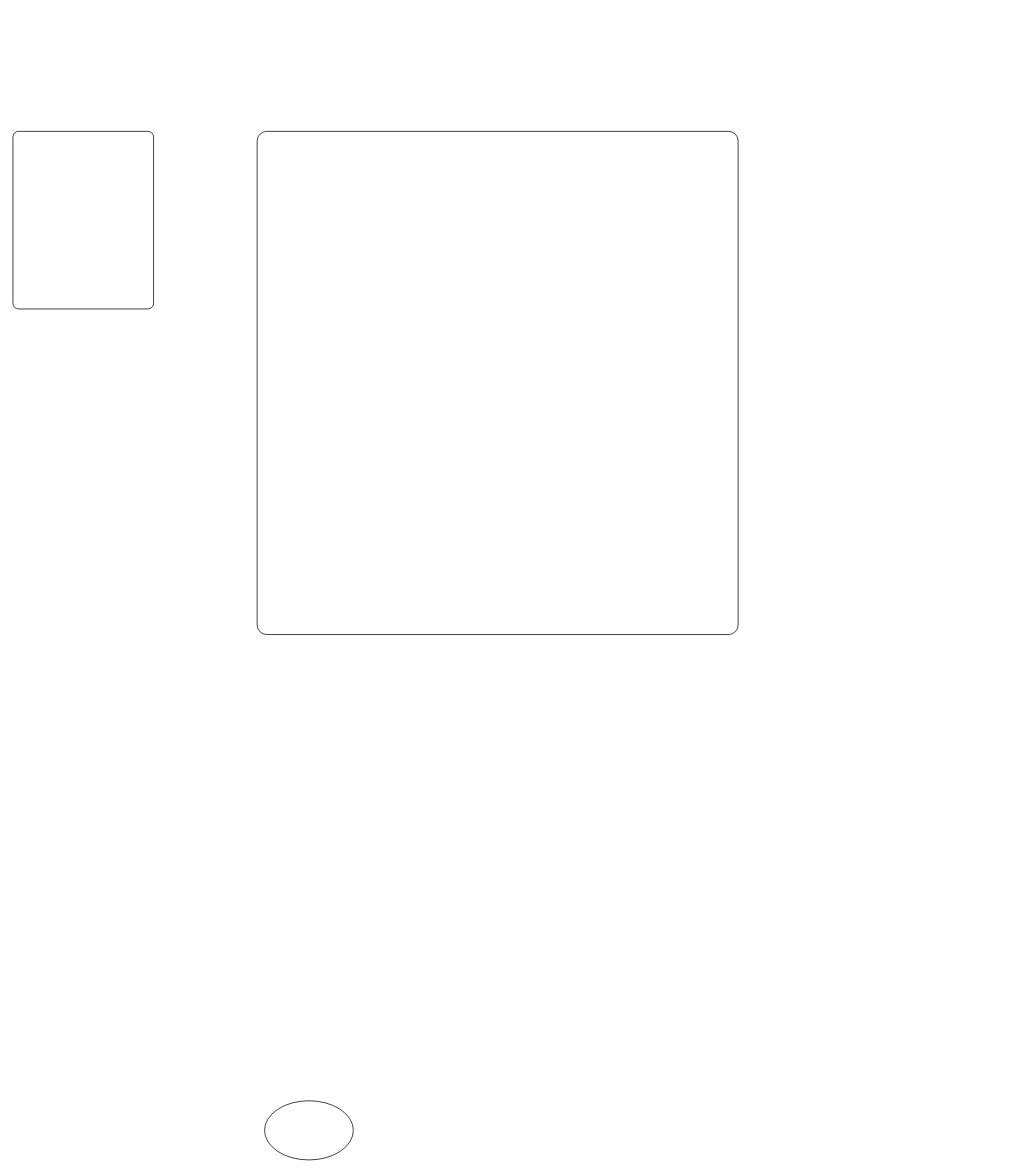
Above: fragment-graph/页面设计器相关的零碎框框.drawio in liwangpu/leon-document-notes (draw.io), before the change. Source tidied: cells renumbered, new cells numbered last; positions are measured from the earlier drawing's top-left corner, leaving out a move shared by most shapes. Both pictures are drawn from the tidied source at 74%, with x=0, y=0 at pixel (13, 131).
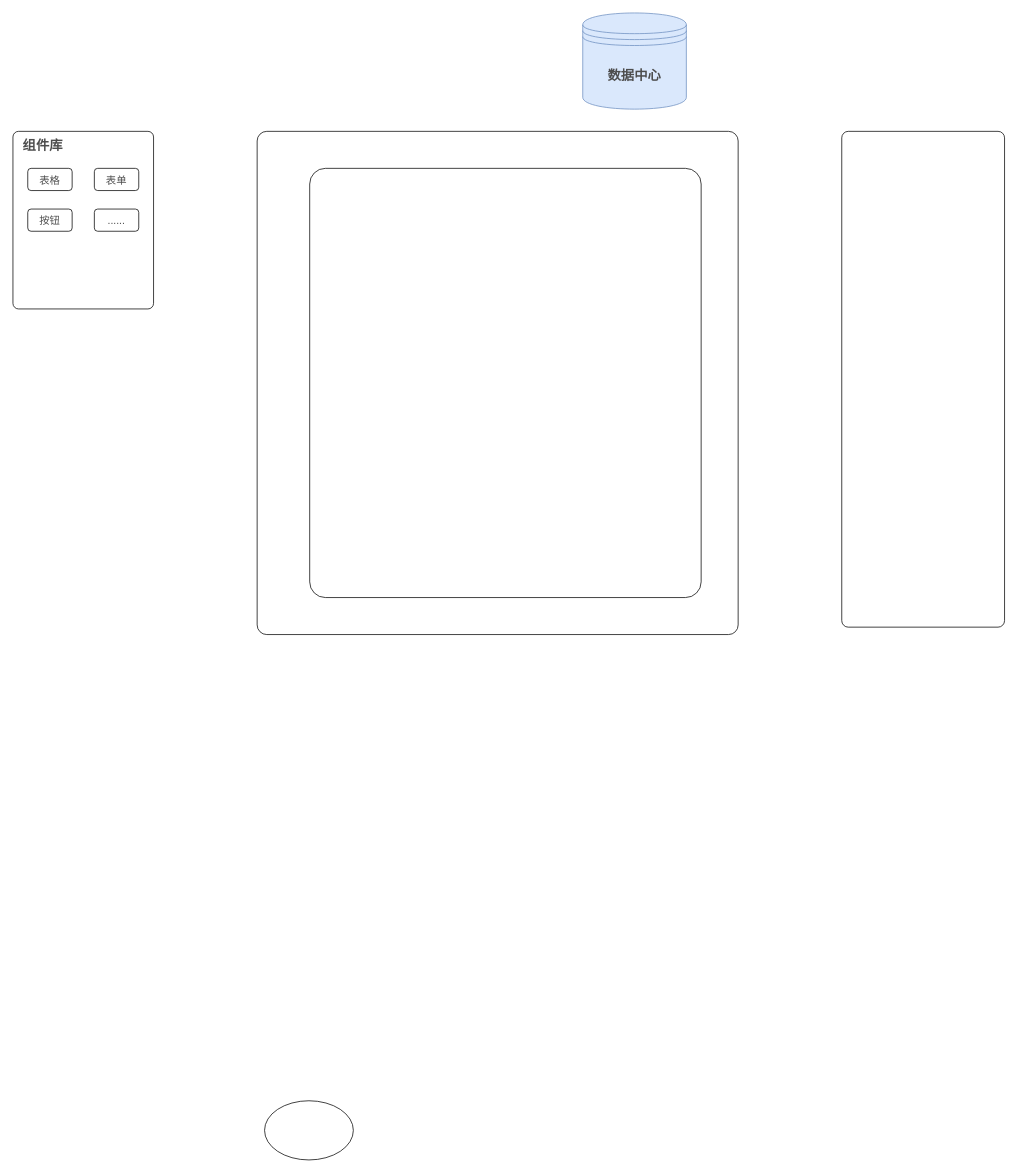
The same diagram, later.

Commit message (it also covers changes not shown here):
更新页面设计器相关的零碎框框.drawio

What changed in the source:
```diff
@@
 <mxGraphModel>
   <root>
     <mxCell id="0" />
     <mxCell id="1" parent="0" />
     <mxCell id="2" style="rounded=1;whiteSpace=wrap;html=1;arcSize=4;" parent="1" vertex="1">
       <mxGeometry width="190" height="240" as="geometry" />
     </mxCell>
     <mxCell id="3" style="rounded=1;whiteSpace=wrap;html=1;arcSize=2;" parent="1" vertex="1">
       <mxGeometry x="330" width="650" height="680" as="geometry" />
     </mxCell>
     <mxCell id="4" style="ellipse;whiteSpace=wrap;html=1;rounded=1;" parent="1" vertex="1">
       <mxGeometry x="340" y="1310" width="120" height="80" as="geometry" />
     </mxCell>
+    <mxCell id="5" style="rounded=1;whiteSpace=wrap;html=1;arcSize=4;" parent="1" vertex="1">
+      <mxGeometry x="1120" width="220" height="670" as="geometry" />
+    </mxCell>
+    <mxCell id="6" value="&lt;font color=&quot;#4d4d4d&quot; style=&quot;font-size: 18px;&quot;&gt;&lt;b&gt;数据中心&lt;/b&gt;&lt;/font&gt;" style="shape=datastore;whiteSpace=wrap;html=1;rounded=1;fillColor=#dae8fc;strokeColor=#6c8ebf;" parent="1" vertex="1">
+      <mxGeometry x="770" y="-160" width="140" height="130" as="geometry" />
+    </mxCell>
+    <mxCell id="7" value="&lt;b&gt;组件库&lt;/b&gt;" style="text;html=1;align=center;verticalAlign=middle;fillColor=none;strokeColor=none;rounded=0;fontSize=18;fontColor=#4D4D4D;" parent="1" vertex="1">
+      <mxGeometry width="80" height="40" as="geometry" />
+    </mxCell>
+    <mxCell id="8" value="&lt;font style=&quot;font-size: 14px;&quot;&gt;表格&lt;/font&gt;" style="rounded=1;whiteSpace=wrap;html=1;fontSize=18;fontColor=#4D4D4D;" parent="1" vertex="1">
+      <mxGeometry x="20" y="50" width="60" height="30" as="geometry" />
+    </mxCell>
+    <mxCell id="9" value="&lt;font style=&quot;font-size: 14px;&quot;&gt;表单&lt;/font&gt;" style="rounded=1;whiteSpace=wrap;html=1;fontSize=18;fontColor=#4D4D4D;" parent="1" vertex="1">
+      <mxGeometry x="110" y="50" width="60" height="30" as="geometry" />
+    </mxCell>
+    <mxCell id="10" value="&lt;span style=&quot;font-size: 14px;&quot;&gt;按钮&lt;/span&gt;" style="rounded=1;whiteSpace=wrap;html=1;fontSize=18;fontColor=#4D4D4D;" parent="1" vertex="1">
+      <mxGeometry x="20" y="105" width="60" height="30" as="geometry" />
+    </mxCell>
+    <mxCell id="11" value="&lt;font style=&quot;font-size: 14px;&quot;&gt;......&lt;/font&gt;" style="rounded=1;whiteSpace=wrap;html=1;fontSize=18;fontColor=#4D4D4D;" parent="1" vertex="1">
+      <mxGeometry x="110" y="105" width="60" height="30" as="geometry" />
+    </mxCell>
+    <mxCell id="12" style="rounded=1;whiteSpace=wrap;html=1;fontSize=14;fontColor=#4D4D4D;arcSize=4;" parent="1" vertex="1">
+      <mxGeometry x="401" y="50" width="529" height="580" as="geometry" />
+    </mxCell>
   </root>
 </mxGraphModel>
```
